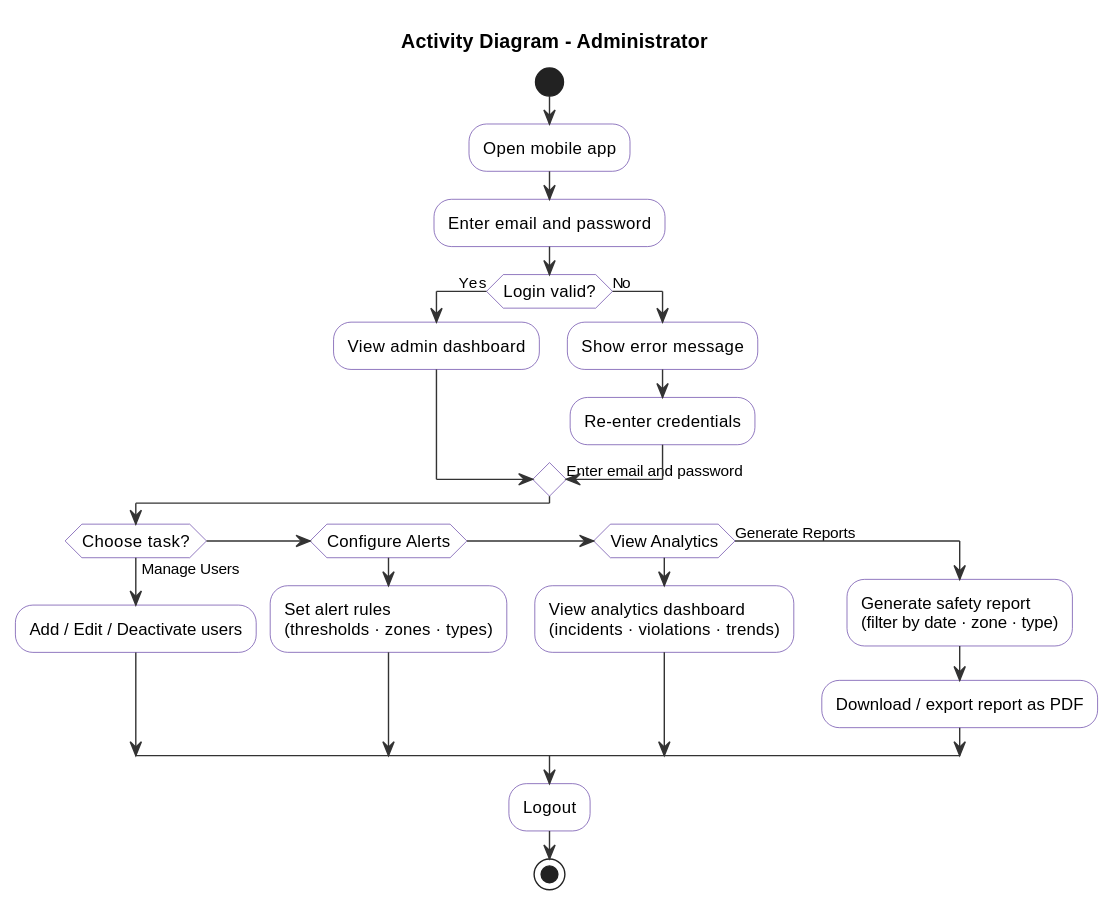
Earlier version of the PlantUML export out/Activity-Diagram/Admin/Administrator_Activity.svg (Ali-CTRLS/Traffic-safety-mobile-app). Its diagram source:
```plantuml
@startuml
skinparam backgroundColor #FFFFFF
skinparam activity {
  BackgroundColor #FFFFFF
  BorderColor #6441A5
  FontSize 12
  FontName Arial
}
skinparam activityDiamond {
  BackgroundColor #FFFFFF
  BorderColor #6441A5
}
skinparam activityStart {
  Color #222222
}
skinparam activityEnd {
  Color #222222
}
skinparam arrow {
  Color #333333
}

title Activity Diagram - Administrator

|Administrator|

start

:Open mobile app;

:Enter email and password;

if (Login valid?) then (Yes)
  :View admin dashboard;
else (No)
  :Show error message;
  :Re-enter credentials;
  -> Enter email and password;
endif

if (Choose task?) then (Manage Users)
  :Add / Edit / Deactivate users;

elseif (Configure Alerts)
  :Set alert rules\n(thresholds · zones · types);

elseif (View Analytics)
  :View analytics dashboard\n(incidents · violations · trends);

else (Generate Reports)
  :Generate safety report\n(filter by date · zone · type);
  :Download / export report as PDF;

endif

:Logout;

stop
@enduml
```
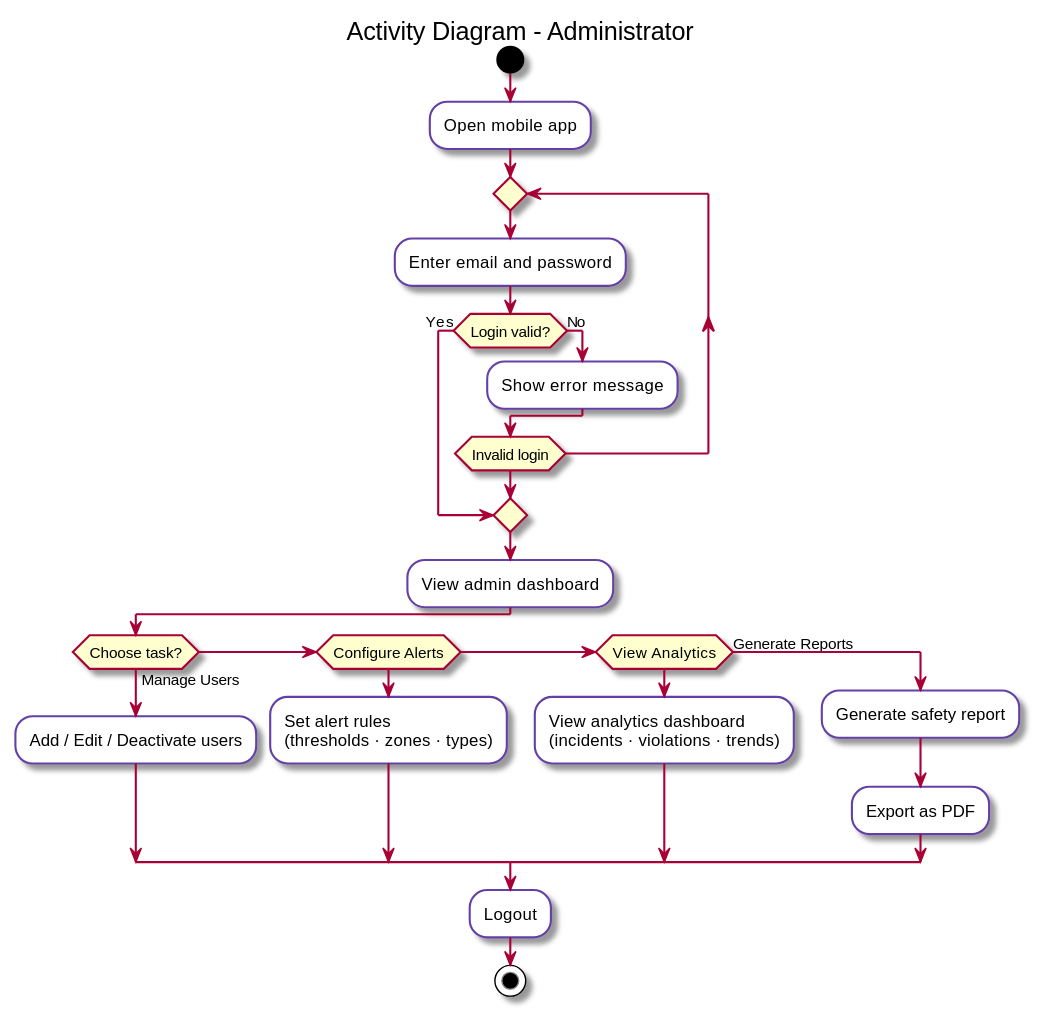
After the change.

Change to the diagram source:
```diff
@@ -1,23 +1,11 @@
-@startuml
+@startuml Administrator_Activity
+
 skinparam backgroundColor #FFFFFF
 skinparam activity {
   BackgroundColor #FFFFFF
   BorderColor #6441A5
   FontSize 12
   FontName Arial
-}
-skinparam activityDiamond {
-  BackgroundColor #FFFFFF
-  BorderColor #6441A5
-}
-skinparam activityStart {
-  Color #222222
-}
-skinparam activityEnd {
-  Color #222222
-}
-skinparam arrow {
-  Color #333333
 }
 
 title Activity Diagram - Administrator
@@ -28,15 +16,18 @@
 
 :Open mobile app;
 
-:Enter email and password;
+repeat
+  :Enter email and password;
 
-if (Login valid?) then (Yes)
-  :View admin dashboard;
-else (No)
-  :Show error message;
-  :Re-enter credentials;
-  -> Enter email and password;
-endif
+  if (Login valid?) then (Yes)
+    break
+  else (No)
+    :Show error message;
+  endif
+
+repeat while (Invalid login)
+
+:View admin dashboard;
 
 if (Choose task?) then (Manage Users)
   :Add / Edit / Deactivate users;
@@ -48,8 +39,8 @@
   :View analytics dashboard\n(incidents · violations · trends);
 
 else (Generate Reports)
-  :Generate safety report\n(filter by date · zone · type);
-  :Download / export report as PDF;
+  :Generate safety report;
+  :Export as PDF;
 
 endif
 
```
